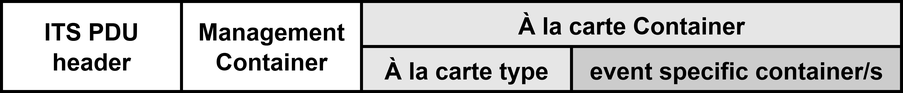
sandaruwanjayaweera/v2xplus keeps this draw.io diagram as uav_denm/protocol_stack_modified_denm_high_level.drawio.png. Above is the earlier version. Source tidied: cells renumbered, new cells last; positions are measured from the earlier drawing's top-left corner, leaving out a move shared by most shapes. Source of this version:
```xml
<mxGraphModel>
  <root>
    <mxCell id="0" />
    <mxCell id="1" parent="0" />
    <mxCell id="2" value="ITS PDU header" style="rounded=0;whiteSpace=wrap;html=1;fillColor=#FFFFFF;fontSize=16;fontStyle=1;strokeWidth=2;" parent="1" vertex="1">
      <mxGeometry width="120" height="60" as="geometry" />
    </mxCell>
    <mxCell id="3" value="Management&lt;br&gt;Container" style="rounded=0;whiteSpace=wrap;html=1;fillColor=#FFFFFF;fontSize=16;fontStyle=1;strokeWidth=2;" parent="1" vertex="1">
      <mxGeometry x="120" width="120" height="60" as="geometry" />
    </mxCell>
    <mxCell id="4" value="À la carte Container" style="rounded=0;whiteSpace=wrap;html=1;fillColor=#E6E6E6;fontSize=16;fontStyle=1;verticalAlign=top;strokeWidth=2;" parent="1" vertex="1">
      <mxGeometry x="240" width="360" height="60" as="geometry" />
    </mxCell>
    <mxCell id="5" value="À la carte type" style="rounded=0;whiteSpace=wrap;html=1;fillColor=#E6E6E6;fontSize=16;fontStyle=1;verticalAlign=top;strokeWidth=2;" parent="1" vertex="1">
      <mxGeometry x="240" y="30" width="140" height="30" as="geometry" />
    </mxCell>
    <mxCell id="6" value="event specific container/s" style="rounded=0;whiteSpace=wrap;html=1;fillColor=#CCCCCC;fontSize=16;fontStyle=1;verticalAlign=top;strokeWidth=2;" parent="1" vertex="1">
      <mxGeometry x="380" y="30" width="220" height="30" as="geometry" />
    </mxCell>
  </root>
</mxGraphModel>
```
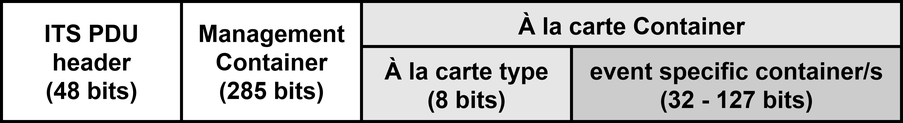
After the commit.

The edit, as a diff of the source:
```diff
@@ -2,20 +2,20 @@
   <root>
     <mxCell id="0" />
     <mxCell id="1" parent="0" />
-    <mxCell id="2" value="ITS PDU header" style="rounded=0;whiteSpace=wrap;html=1;fillColor=#FFFFFF;fontSize=16;fontStyle=1;strokeWidth=2;" parent="1" vertex="1">
-      <mxGeometry width="120" height="60" as="geometry" />
+    <mxCell id="2" value="ITS PDU header&lt;div&gt;(48 bits)&lt;/div&gt;" style="rounded=0;whiteSpace=wrap;html=1;fillColor=#FFFFFF;fontSize=16;fontStyle=1;strokeWidth=2;" parent="1" vertex="1">
+      <mxGeometry width="120" height="80" as="geometry" />
     </mxCell>
-    <mxCell id="3" value="Management&lt;br&gt;Container" style="rounded=0;whiteSpace=wrap;html=1;fillColor=#FFFFFF;fontSize=16;fontStyle=1;strokeWidth=2;" parent="1" vertex="1">
-      <mxGeometry x="120" width="120" height="60" as="geometry" />
+    <mxCell id="3" value="Management&lt;br&gt;Container&lt;div&gt;(285 bits)&lt;/div&gt;" style="rounded=0;whiteSpace=wrap;html=1;fillColor=#FFFFFF;fontSize=16;fontStyle=1;strokeWidth=2;" parent="1" vertex="1">
+      <mxGeometry x="120" width="120" height="80" as="geometry" />
     </mxCell>
     <mxCell id="4" value="À la carte Container" style="rounded=0;whiteSpace=wrap;html=1;fillColor=#E6E6E6;fontSize=16;fontStyle=1;verticalAlign=top;strokeWidth=2;" parent="1" vertex="1">
       <mxGeometry x="240" width="360" height="60" as="geometry" />
     </mxCell>
-    <mxCell id="5" value="À la carte type" style="rounded=0;whiteSpace=wrap;html=1;fillColor=#E6E6E6;fontSize=16;fontStyle=1;verticalAlign=top;strokeWidth=2;" parent="1" vertex="1">
-      <mxGeometry x="240" y="30" width="140" height="30" as="geometry" />
+    <mxCell id="5" value="À la carte type&lt;div&gt;(8 bits)&lt;/div&gt;" style="rounded=0;whiteSpace=wrap;html=1;fillColor=#E6E6E6;fontSize=16;fontStyle=1;verticalAlign=top;strokeWidth=2;" parent="1" vertex="1">
+      <mxGeometry x="240" y="30" width="140" height="50" as="geometry" />
     </mxCell>
-    <mxCell id="6" value="event specific container/s" style="rounded=0;whiteSpace=wrap;html=1;fillColor=#CCCCCC;fontSize=16;fontStyle=1;verticalAlign=top;strokeWidth=2;" parent="1" vertex="1">
-      <mxGeometry x="380" y="30" width="220" height="30" as="geometry" />
+    <mxCell id="6" value="event specific container/s&lt;div&gt;(32 - 127 bits)&lt;/div&gt;" style="rounded=0;whiteSpace=wrap;html=1;fillColor=#CCCCCC;fontSize=16;fontStyle=1;verticalAlign=top;strokeWidth=2;" parent="1" vertex="1">
+      <mxGeometry x="380" y="30" width="220" height="50" as="geometry" />
     </mxCell>
   </root>
 </mxGraphModel>
```
